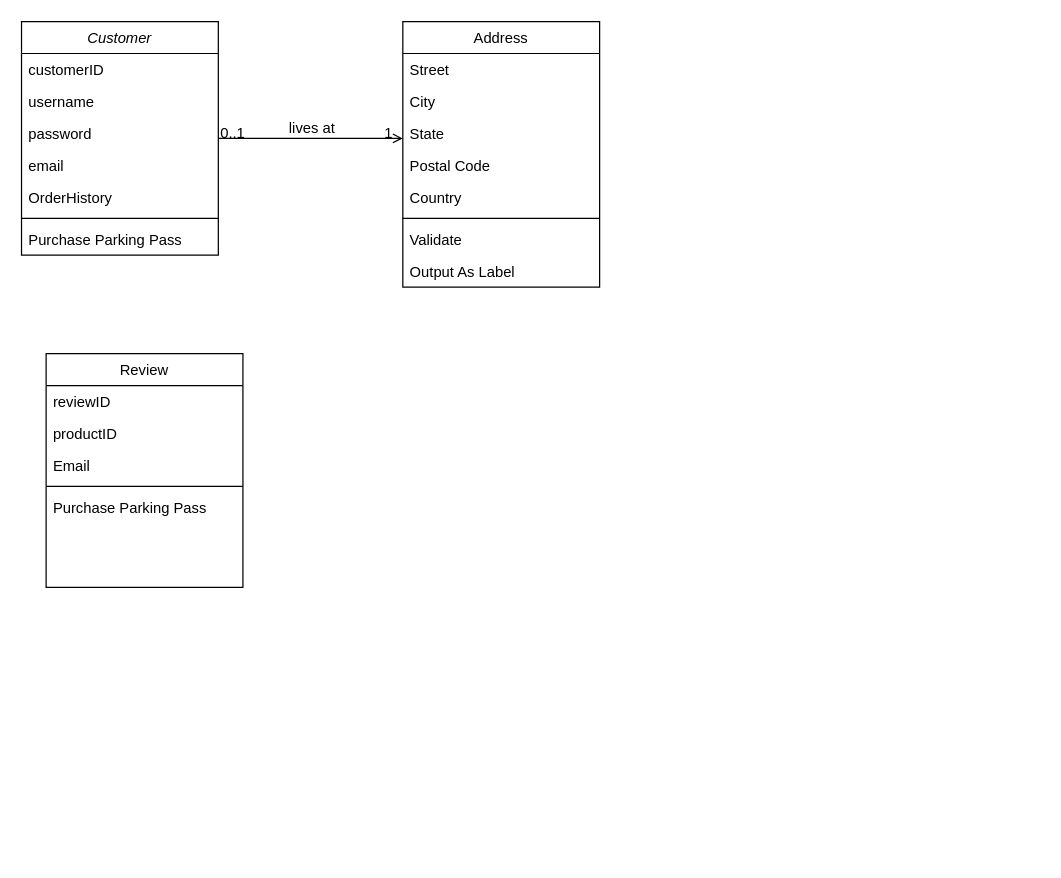
The draw.io diagram ITC211 System Analysis and Design/Untitled Diagram.drawio in Sam-WebP/CSU, before the edit. Source tidied: cells renumbered, new cells numbered last; positions are measured from the earlier drawing's top-left corner, leaving out a move shared by most shapes. Both pictures are drawn from the tidied source at 123%, with x=0, y=0 at pixel (21, 21).
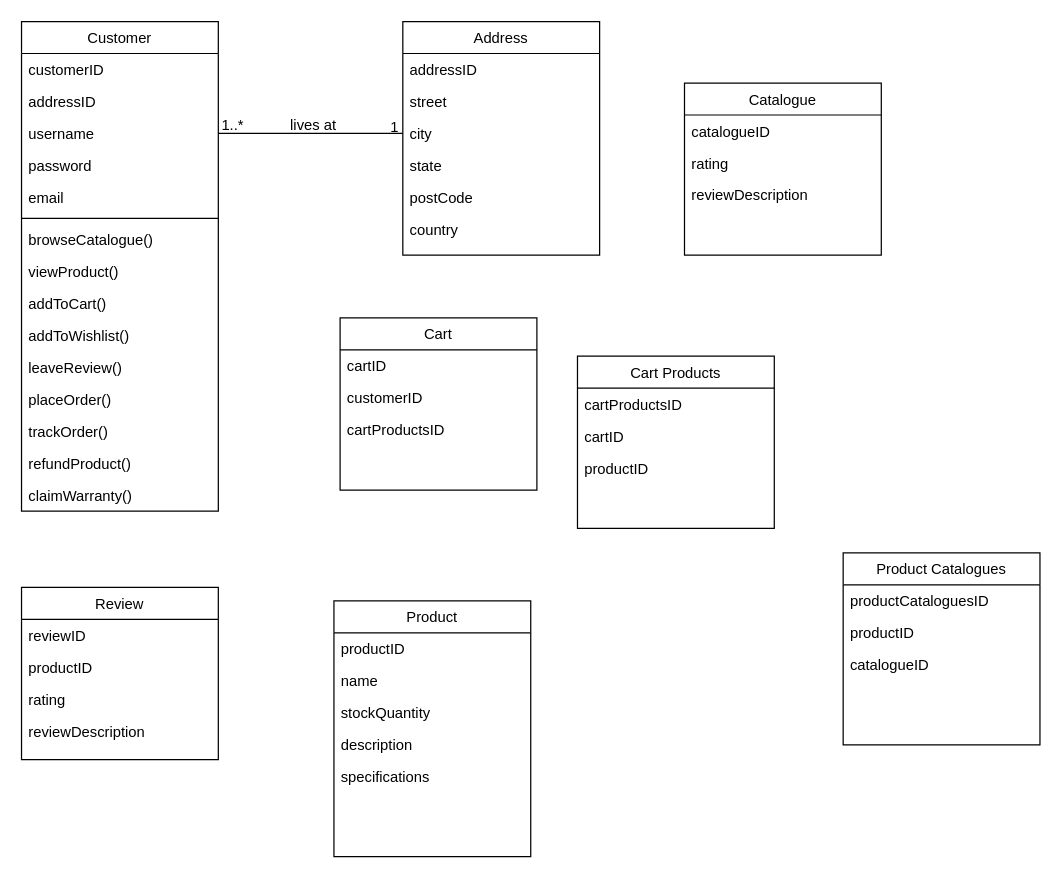
The same diagram, later.

The edit, as a diff of the source:
```diff
@@
-    <mxCell id="2" value="Customer" style="swimlane;fontStyle=2;align=center;verticalAlign=top;horizontal=1;startSize=26;rounded=0;shadow=0;strokeWidth=1;" parent="1" vertex="1">
-      <mxGeometry width="160" height="190" as="geometry" />
+    <mxCell id="2" value="Customer" style="swimlane;fontStyle=0;align=center;verticalAlign=top;horizontal=1;startSize=26;rounded=0;shadow=0;strokeWidth=1;" parent="1" vertex="1">
+      <mxGeometry width="160" height="398" as="geometry" />
     </mxCell>
@@
+    <mxCell id="29" value="addressID" style="text;align=left;verticalAlign=top;spacingLeft=4;spacingRight=4;overflow=hidden;rounded=0;shadow=0;html=0;" parent="2" vertex="1">
+      <mxGeometry y="52" width="160" height="26" as="geometry" />
+    </mxCell>
     <mxCell id="4" value="username" style="text;align=left;verticalAlign=top;spacingLeft=4;spacingRight=4;overflow=hidden;points=[[0,0.5],[1,0.5]];portConstraint=eastwest;rounded=0;shadow=0;html=0;" parent="2" vertex="1">
-      <mxGeometry y="52" width="160" height="26" as="geometry" />
+      <mxGeometry y="78" width="160" height="26" as="geometry" />
     </mxCell>
     <mxCell id="5" value="password" style="text;align=left;verticalAlign=top;spacingLeft=4;spacingRight=4;overflow=hidden;rounded=0;shadow=0;html=0;" parent="2" vertex="1">
-      <mxGeometry y="78" width="160" height="26" as="geometry" />
+      <mxGeometry y="104" width="160" height="26" as="geometry" />
     </mxCell>
     <mxCell id="6" value="email" style="text;align=left;verticalAlign=top;spacingLeft=4;spacingRight=4;overflow=hidden;rounded=0;shadow=0;html=0;" parent="2" vertex="1">
-      <mxGeometry y="104" width="160" height="26" as="geometry" />
+      <mxGeometry y="130" width="160" height="26" as="geometry" />
     </mxCell>
-    <mxCell id="7" value="OrderHistory" style="text;align=left;verticalAlign=top;spacingLeft=4;spacingRight=4;overflow=hidden;rounded=0;shadow=0;html=0;" parent="2" vertex="1">
-      <mxGeometry y="130" width="160" height="26" as="geometry" />
-    </mxCell>
@@
-    <mxCell id="9" value="Purchase Parking Pass" style="text;align=left;verticalAlign=top;spacingLeft=4;spacingRight=4;overflow=hidden;" parent="2" vertex="1">
+    <mxCell id="9" value="browseCatalogue()" style="text;align=left;verticalAlign=top;spacingLeft=4;spacingRight=4;overflow=hidden;" parent="2" vertex="1">
       <mxGeometry y="164" width="160" height="26" as="geometry" />
     </mxCell>
+    <mxCell id="30" value="viewProduct()" style="text;align=left;verticalAlign=top;spacingLeft=4;spacingRight=4;overflow=hidden;" parent="2" vertex="1">
+      <mxGeometry y="190" width="160" height="26" as="geometry" />
+    </mxCell>
+    <mxCell id="31" value="addToCart()" style="text;align=left;verticalAlign=top;spacingLeft=4;spacingRight=4;overflow=hidden;" parent="2" vertex="1">
+      <mxGeometry y="216" width="160" height="26" as="geometry" />
+    </mxCell>
+    <mxCell id="32" value="addToWishlist()" style="text;align=left;verticalAlign=top;spacingLeft=4;spacingRight=4;overflow=hidden;" parent="2" vertex="1">
+      <mxGeometry y="242" width="160" height="26" as="geometry" />
+    </mxCell>
+    <mxCell id="33" value="leaveReview()" style="text;align=left;verticalAlign=top;spacingLeft=4;spacingRight=4;overflow=hidden;" parent="2" vertex="1">
+      <mxGeometry y="268" width="160" height="26" as="geometry" />
+    </mxCell>
+    <mxCell id="34" value="placeOrder()" style="text;align=left;verticalAlign=top;spacingLeft=4;spacingRight=4;overflow=hidden;" parent="2" vertex="1">
+      <mxGeometry y="294" width="160" height="26" as="geometry" />
+    </mxCell>
+    <mxCell id="35" value="trackOrder()" style="text;align=left;verticalAlign=top;spacingLeft=4;spacingRight=4;overflow=hidden;" parent="2" vertex="1">
+      <mxGeometry y="320" width="160" height="26" as="geometry" />
+    </mxCell>
+    <mxCell id="36" value="refundProduct()" style="text;align=left;verticalAlign=top;spacingLeft=4;spacingRight=4;overflow=hidden;" parent="2" vertex="1">
+      <mxGeometry y="346" width="160" height="26" as="geometry" />
+    </mxCell>
+    <mxCell id="37" value="claimWarranty()" style="text;align=left;verticalAlign=top;spacingLeft=4;spacingRight=4;overflow=hidden;" parent="2" vertex="1">
+      <mxGeometry y="372" width="160" height="26" as="geometry" />
+    </mxCell>
     <mxCell id="10" value="Address" style="swimlane;fontStyle=0;align=center;verticalAlign=top;horizontal=1;startSize=26;rounded=0;shadow=0;strokeWidth=1;" parent="1" vertex="1">
-      <mxGeometry x="310" width="160" height="216" as="geometry" />
+      <mxGeometry x="310" width="160" height="190" as="geometry" />
     </mxCell>
+    <mxCell id="38" value="addressID" style="text;align=left;verticalAlign=top;spacingLeft=4;spacingRight=4;overflow=hidden;" parent="10" vertex="1">
+      <mxGeometry y="26" width="160" height="26" as="geometry" />
+    </mxCell>
-    <mxCell id="11" value="Street" style="text;align=left;verticalAlign=top;spacingLeft=4;spacingRight=4;overflow=hidden;" parent="10" vertex="1">
-      <mxGeometry y="26" width="160" height="26" as="geometry" />
+    <mxCell id="11" value="street" style="text;align=left;verticalAlign=top;spacingLeft=4;spacingRight=4;overflow=hidden;" parent="10" vertex="1">
+      <mxGeometry y="52" width="160" height="26" as="geometry" />
     </mxCell>
-    <mxCell id="12" value="City" style="text;align=left;verticalAlign=top;spacingLeft=4;spacingRight=4;overflow=hidden;points=[[0,0.5],[1,0.5]];portConstraint=eastwest;rounded=0;shadow=0;html=0;" parent="10" vertex="1">
-      <mxGeometry y="52" width="160" height="26" as="geometry" />
+    <mxCell id="12" value="city" style="text;align=left;verticalAlign=top;spacingLeft=4;spacingRight=4;overflow=hidden;points=[[0,0.5],[1,0.5]];portConstraint=eastwest;rounded=0;shadow=0;html=0;" parent="10" vertex="1">
+      <mxGeometry y="78" width="160" height="26" as="geometry" />
     </mxCell>
-    <mxCell id="13" value="State" style="text;align=left;verticalAlign=top;spacingLeft=4;spacingRight=4;overflow=hidden;rounded=0;shadow=0;html=0;" parent="10" vertex="1">
-      <mxGeometry y="78" width="160" height="26" as="geometry" />
+    <mxCell id="13" value="state" style="text;align=left;verticalAlign=top;spacingLeft=4;spacingRight=4;overflow=hidden;rounded=0;shadow=0;html=0;" parent="10" vertex="1">
+      <mxGeometry y="104" width="160" height="26" as="geometry" />
     </mxCell>
-    <mxCell id="14" value="Postal Code" style="text;align=left;verticalAlign=top;spacingLeft=4;spacingRight=4;overflow=hidden;rounded=0;shadow=0;html=0;" parent="10" vertex="1">
-      <mxGeometry y="104" width="160" height="26" as="geometry" />
+    <mxCell id="14" value="postCode" style="text;align=left;verticalAlign=top;spacingLeft=4;spacingRight=4;overflow=hidden;rounded=0;shadow=0;html=0;" parent="10" vertex="1">
+      <mxGeometry y="130" width="160" height="26" as="geometry" />
     </mxCell>
-    <mxCell id="15" value="Country" style="text;align=left;verticalAlign=top;spacingLeft=4;spacingRight=4;overflow=hidden;rounded=0;shadow=0;html=0;" parent="10" vertex="1">
-      <mxGeometry y="130" width="160" height="26" as="geometry" />
+    <mxCell id="15" value="country" style="text;align=left;verticalAlign=top;spacingLeft=4;spacingRight=4;overflow=hidden;rounded=0;shadow=0;html=0;" parent="10" vertex="1">
+      <mxGeometry y="156" width="160" height="26" as="geometry" />
     </mxCell>
-    <mxCell id="16" style="line;html=1;strokeWidth=1;align=left;verticalAlign=middle;spacingTop=-1;spacingLeft=3;spacingRight=3;labelPosition=right;" parent="10" vertex="1">
-      <mxGeometry y="156" width="160" height="8" as="geometry" />
-    </mxCell>
-    <mxCell id="17" value="Validate" style="text;align=left;verticalAlign=top;spacingLeft=4;spacingRight=4;overflow=hidden;" parent="10" vertex="1">
-      <mxGeometry y="164" width="160" height="26" as="geometry" />
-    </mxCell>
-    <mxCell id="18" value="Output As Label" style="text;align=left;verticalAlign=top;spacingLeft=4;spacingRight=4;overflow=hidden;" parent="10" vertex="1">
-      <mxGeometry y="190" width="160" height="26" as="geometry" />
-    </mxCell>
-    <mxCell id="19" style="endArrow=open;shadow=0;strokeWidth=1;rounded=0;endFill=1;edgeStyle=elbowEdgeStyle;elbow=vertical;" parent="1" edge="1" source="2" target="10">
-      <mxGeometry x="0.5" y="41" relative="1" as="geometry">
-        <mxPoint x="-40" y="32" as="offset" />
-      </mxGeometry>
-    </mxCell>
-    <mxCell id="20" value="0..1" style="align=left;verticalAlign=bottom;labelBackgroundColor=none;fontSize=12;" parent="19" vertex="1">
-      <mxGeometry x="-1" relative="1" as="geometry">
-        <mxPoint y="4" as="offset" />
-      </mxGeometry>
-    </mxCell>
-    <mxCell id="21" value="1" style="align=right;verticalAlign=bottom;labelBackgroundColor=none;fontSize=12;" parent="19" vertex="1">
-      <mxGeometry x="1" relative="1" as="geometry">
-        <mxPoint x="-7" y="4" as="offset" />
-      </mxGeometry>
-    </mxCell>
-    <mxCell id="22" value="lives at" style="text;html=1;align=center;verticalAlign=middle;labelBackgroundColor=none;rounded=0;shadow=0;strokeWidth=1;fontSize=12;" parent="19" vertex="1">
-      <mxGeometry x="0.5" y="49" relative="1" as="geometry">
-        <mxPoint x="-38" y="40" as="offset" />
-      </mxGeometry>
-    </mxCell>
     <mxCell id="23" value="Review" style="swimlane;fontStyle=0;align=center;verticalAlign=top;horizontal=1;startSize=26;rounded=0;shadow=0;strokeWidth=1;" parent="1" vertex="1">
-      <mxGeometry x="20" y="270" width="160" height="190" as="geometry" />
+      <mxGeometry y="460" width="160" height="140" as="geometry" />
     </mxCell>
@@
+    <mxCell id="39" value="productID" style="text;align=left;verticalAlign=top;spacingLeft=4;spacingRight=4;overflow=hidden;rounded=0;shadow=0;html=0;" parent="23" vertex="1">
+      <mxGeometry y="52" width="160" height="26" as="geometry" />
+    </mxCell>
-    <mxCell id="25" value="productID" style="text;align=left;verticalAlign=top;spacingLeft=4;spacingRight=4;overflow=hidden;rounded=0;shadow=0;html=0;" parent="23" vertex="1">
-      <mxGeometry y="52" width="160" height="26" as="geometry" />
+    <mxCell id="25" value="rating" style="text;align=left;verticalAlign=top;spacingLeft=4;spacingRight=4;overflow=hidden;rounded=0;shadow=0;html=0;" parent="23" vertex="1">
+      <mxGeometry y="78" width="160" height="26" as="geometry" />
     </mxCell>
-    <mxCell id="26" value="Email" style="text;align=left;verticalAlign=top;spacingLeft=4;spacingRight=4;overflow=hidden;rounded=0;shadow=0;html=0;" parent="23" vertex="1">
-      <mxGeometry y="78" width="160" height="26" as="geometry" />
+    <mxCell id="26" value="reviewDescription" style="text;align=left;verticalAlign=top;spacingLeft=4;spacingRight=4;overflow=hidden;rounded=0;shadow=0;html=0;" parent="23" vertex="1">
+      <mxGeometry y="104" width="160" height="26" as="geometry" />
     </mxCell>
-    <mxCell id="27" style="line;html=1;strokeWidth=1;align=left;verticalAlign=middle;spacingTop=-1;spacingLeft=3;spacingRight=3;labelPosition=right;" parent="23" vertex="1">
-      <mxGeometry y="104" width="160" height="8" as="geometry" />
-    </mxCell>
-    <mxCell id="28" value="Purchase Parking Pass" style="text;align=left;verticalAlign=top;spacingLeft=4;spacingRight=4;overflow=hidden;" parent="23" vertex="1">
-      <mxGeometry y="112" width="160" height="26" as="geometry" />
-    </mxCell>
+    <mxCell id="40" style="endArrow=none;html=1;rounded=0;exitX=1;exitY=0.5;exitDx=0;exitDy=0;entryX=0;entryY=0.5;entryDx=0;entryDy=0;" parent="1" edge="1" source="4" target="12">
+      <mxGeometry relative="1" as="geometry" />
+    </mxCell>
+    <mxCell id="41" value="1..*" style="align=left;verticalAlign=bottom;labelBackgroundColor=none;fontSize=12;" parent="1" vertex="1">
+      <mxGeometry x="161" y="93" as="geometry" />
+    </mxCell>
+    <mxCell id="22" value="lives at" style="text;html=1;align=center;verticalAlign=middle;labelBackgroundColor=none;rounded=0;shadow=0;strokeWidth=1;fontSize=12;" parent="1" vertex="1">
+      <mxGeometry x="230" y="15" as="geometry">
+        <mxPoint x="6" y="69" as="offset" />
+      </mxGeometry>
+    </mxCell>
+    <mxCell id="21" value="1" style="align=right;verticalAlign=bottom;labelBackgroundColor=none;fontSize=12;" parent="1" vertex="1">
+      <mxGeometry x="308" y="94" as="geometry" />
+    </mxCell>
+    <mxCell id="42" value="Product" style="swimlane;fontStyle=0;align=center;verticalAlign=top;horizontal=1;startSize=26;rounded=0;shadow=0;strokeWidth=1;" parent="1" vertex="1">
+      <mxGeometry x="254" y="471" width="160" height="208" as="geometry" />
+    </mxCell>
+    <mxCell id="43" value="productID" style="text;align=left;verticalAlign=top;spacingLeft=4;spacingRight=4;overflow=hidden;rounded=0;shadow=0;html=0;" parent="42" vertex="1">
+      <mxGeometry y="26" width="160" height="26" as="geometry" />
+    </mxCell>
+    <mxCell id="44" value="name" style="text;align=left;verticalAlign=top;spacingLeft=4;spacingRight=4;overflow=hidden;rounded=0;shadow=0;html=0;" parent="42" vertex="1">
+      <mxGeometry y="52" width="160" height="26" as="geometry" />
+    </mxCell>
+    <mxCell id="45" value="stockQuantity" style="text;align=left;verticalAlign=top;spacingLeft=4;spacingRight=4;overflow=hidden;rounded=0;shadow=0;html=0;" parent="42" vertex="1">
+      <mxGeometry y="78" width="160" height="26" as="geometry" />
+    </mxCell>
+    <mxCell id="46" value="description" style="text;align=left;verticalAlign=top;spacingLeft=4;spacingRight=4;overflow=hidden;rounded=0;shadow=0;html=0;" parent="42" vertex="1">
+      <mxGeometry y="104" width="160" height="26" as="geometry" />
+    </mxCell>
+    <mxCell id="47" value="specifications" style="text;align=left;verticalAlign=top;spacingLeft=4;spacingRight=4;overflow=hidden;rounded=0;shadow=0;html=0;" parent="42" vertex="1">
+      <mxGeometry y="130" width="160" height="26" as="geometry" />
+    </mxCell>
+    <mxCell id="48" value="Catalogue" style="swimlane;fontStyle=0;align=center;verticalAlign=top;horizontal=1;startSize=26;rounded=0;shadow=0;strokeWidth=1;" parent="1" vertex="1">
+      <mxGeometry x="539" y="50" width="160" height="140" as="geometry" />
+    </mxCell>
+    <mxCell id="49" value="catalogueID" style="text;align=left;verticalAlign=top;spacingLeft=4;spacingRight=4;overflow=hidden;" parent="48" vertex="1">
+      <mxGeometry y="26" width="160" height="26" as="geometry" />
+    </mxCell>
+    <mxCell id="50" value="rating" style="text;align=left;verticalAlign=top;spacingLeft=4;spacingRight=4;overflow=hidden;rounded=0;shadow=0;html=0;" parent="48" vertex="1">
+      <mxGeometry y="52" width="160" height="26" as="geometry" />
+    </mxCell>
+    <mxCell id="51" value="reviewDescription" style="text;align=left;verticalAlign=top;spacingLeft=4;spacingRight=4;overflow=hidden;rounded=0;shadow=0;html=0;" parent="48" vertex="1">
+      <mxGeometry y="78" width="160" height="26" as="geometry" />
+    </mxCell>
+    <mxCell id="52" value="Product Catalogues" style="swimlane;fontStyle=0;align=center;verticalAlign=top;horizontal=1;startSize=26;rounded=0;shadow=0;strokeWidth=1;" parent="1" vertex="1">
+      <mxGeometry x="668" y="432" width="160" height="156" as="geometry" />
+    </mxCell>
+    <mxCell id="53" value="productCataloguesID" style="text;align=left;verticalAlign=top;spacingLeft=4;spacingRight=4;overflow=hidden;" parent="52" vertex="1">
+      <mxGeometry y="26" width="160" height="26" as="geometry" />
+    </mxCell>
+    <mxCell id="54" value="productID" style="text;align=left;verticalAlign=top;spacingLeft=4;spacingRight=4;overflow=hidden;rounded=0;shadow=0;html=0;" parent="52" vertex="1">
+      <mxGeometry y="52" width="160" height="26" as="geometry" />
+    </mxCell>
+    <mxCell id="55" value="catalogueID" style="text;align=left;verticalAlign=top;spacingLeft=4;spacingRight=4;overflow=hidden;" parent="52" vertex="1">
+      <mxGeometry y="78" width="160" height="26" as="geometry" />
+    </mxCell>
+    <mxCell id="56" value="Cart" style="swimlane;fontStyle=0;align=center;verticalAlign=top;horizontal=1;startSize=26;rounded=0;shadow=0;strokeWidth=1;" parent="1" vertex="1">
+      <mxGeometry x="259" y="241" width="160" height="140" as="geometry" />
+    </mxCell>
+    <mxCell id="57" value="cartID" style="text;align=left;verticalAlign=top;spacingLeft=4;spacingRight=4;overflow=hidden;" parent="56" vertex="1">
+      <mxGeometry y="26" width="160" height="26" as="geometry" />
+    </mxCell>
+    <mxCell id="58" value="customerID" style="text;align=left;verticalAlign=top;spacingLeft=4;spacingRight=4;overflow=hidden;" parent="56" vertex="1">
+      <mxGeometry y="52" width="160" height="26" as="geometry" />
+    </mxCell>
+    <mxCell id="59" value="cartProductsID" style="text;align=left;verticalAlign=top;spacingLeft=4;spacingRight=4;overflow=hidden;rounded=0;shadow=0;html=0;" parent="56" vertex="1">
+      <mxGeometry y="78" width="160" height="26" as="geometry" />
+    </mxCell>
+    <mxCell id="60" value="Cart Products" style="swimlane;fontStyle=0;align=center;verticalAlign=top;horizontal=1;startSize=26;rounded=0;shadow=0;strokeWidth=1;" parent="1" vertex="1">
+      <mxGeometry x="452" y="272" width="160" height="140" as="geometry" />
+    </mxCell>
+    <mxCell id="61" value="cartProductsID" style="text;align=left;verticalAlign=top;spacingLeft=4;spacingRight=4;overflow=hidden;rounded=0;shadow=0;html=0;" parent="60" vertex="1">
+      <mxGeometry y="26" width="160" height="26" as="geometry" />
+    </mxCell>
+    <mxCell id="62" value="cartID" style="text;align=left;verticalAlign=top;spacingLeft=4;spacingRight=4;overflow=hidden;" parent="60" vertex="1">
+      <mxGeometry y="52" width="160" height="26" as="geometry" />
+    </mxCell>
+    <mxCell id="63" value="productID" style="text;align=left;verticalAlign=top;spacingLeft=4;spacingRight=4;overflow=hidden;rounded=0;shadow=0;html=0;" parent="60" vertex="1">
+      <mxGeometry y="78" width="160" height="26" as="geometry" />
+    </mxCell>
```
